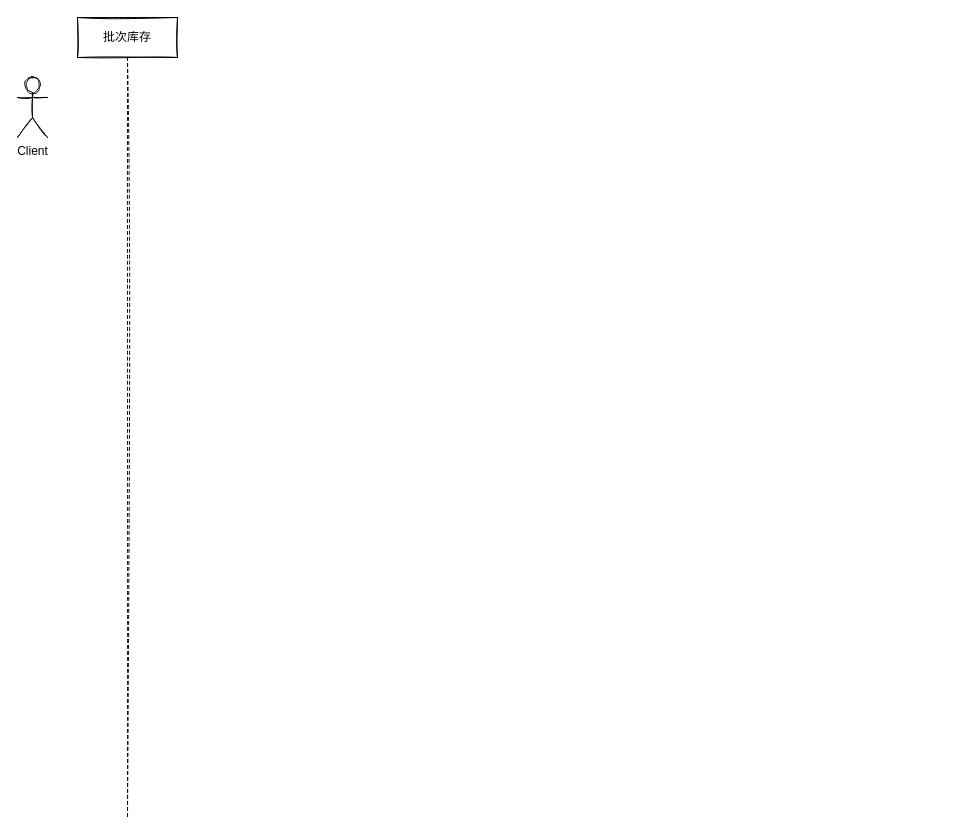
Before: page "库存减少" (2 of 4) of 库内.drawio in Pyr0man1ac/draw.io, a draw.io diagram. Source tidied: cells renumbered, new cells numbered last; positions are measured from the earlier drawing's top-left corner, leaving out a move shared by most shapes. Both pictures are drawn from the tidied source at 100%, with x=0, y=0 at pixel (17, 17).
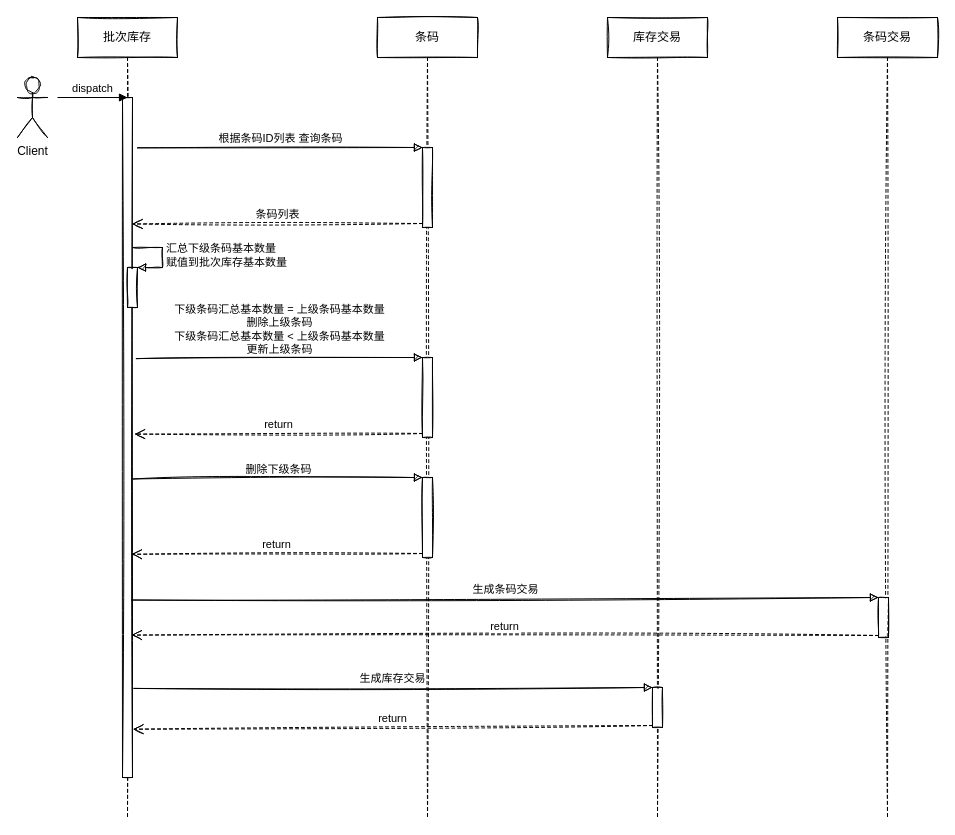
After the change.

The change refers to these unchanged cells:
```xml
<mxCell id="3" value="批次库存" style="shape=umlLifeline;perimeter=lifelinePerimeter;whiteSpace=wrap;html=1;outlineConnect=0;sketch=1;" parent="1" vertex="1">
  <mxGeometry x="60" width="100" height="800" as="geometry" />
</mxCell>
```

What changed in the source:
```diff
@@
+    <mxCell id="4" style="html=1;points=[];perimeter=orthogonalPerimeter;sketch=1;" parent="3" vertex="1">
+      <mxGeometry x="45" y="80" width="10" height="680" as="geometry" />
+    </mxCell>
+    <mxCell id="5" style="html=1;points=[];perimeter=orthogonalPerimeter;sketch=1;" parent="3" vertex="1">
+      <mxGeometry x="50" y="250" width="10" height="40" as="geometry" />
+    </mxCell>
+    <mxCell id="6" value="汇总下级条码基本数量&lt;br&gt;赋值到批次库存基本数量" style="edgeStyle=orthogonalEdgeStyle;html=1;align=left;spacingLeft=2;endArrow=block;rounded=0;entryX=1;entryY=0;sketch=1;" parent="3" edge="1" target="5">
+      <mxGeometry relative="1" as="geometry">
+        <mxPoint x="55" y="230" as="sourcePoint" />
+        <Array as="points">
+          <mxPoint x="85" y="230" />
+        </Array>
+      </mxGeometry>
+    </mxCell>
+    <mxCell id="7" value="条码" style="shape=umlLifeline;perimeter=lifelinePerimeter;whiteSpace=wrap;html=1;sketch=1;" parent="1" vertex="1">
+      <mxGeometry x="360" width="100" height="800" as="geometry" />
+    </mxCell>
+    <mxCell id="8" style="html=1;points=[];perimeter=orthogonalPerimeter;sketch=1;" parent="7" vertex="1">
+      <mxGeometry x="45" y="130" width="10" height="80" as="geometry" />
+    </mxCell>
+    <mxCell id="9" style="html=1;points=[];perimeter=orthogonalPerimeter;sketch=1;" parent="7" vertex="1">
+      <mxGeometry x="45" y="460" width="10" height="80" as="geometry" />
+    </mxCell>
+    <mxCell id="10" value="dispatch" style="html=1;verticalAlign=bottom;endArrow=block;" parent="1" edge="1">
+      <mxGeometry relative="1" as="geometry">
+        <mxPoint x="40" y="80" as="sourcePoint" />
+        <mxPoint x="110" y="80" as="targetPoint" />
+      </mxGeometry>
+    </mxCell>
+    <mxCell id="11" value="根据条码ID列表 查询条码" style="html=1;verticalAlign=bottom;endArrow=block;entryX=0;entryY=0;sketch=1;exitX=1.5;exitY=0.074;exitDx=0;exitDy=0;exitPerimeter=0;" parent="1" edge="1" source="4" target="8">
+      <mxGeometry relative="1" as="geometry" />
+    </mxCell>
+    <mxCell id="12" style="html=1;points=[];perimeter=orthogonalPerimeter;sketch=1;" parent="1" vertex="1">
+      <mxGeometry x="405" y="340" width="10" height="80" as="geometry" />
+    </mxCell>
+    <mxCell id="13" value="return" style="html=1;verticalAlign=bottom;endArrow=open;dashed=1;endSize=8;exitX=0;exitY=0.95;sketch=1;entryX=1.22;entryY=0.495;entryDx=0;entryDy=0;entryPerimeter=0;" parent="1" edge="1" source="12" target="4">
+      <mxGeometry relative="1" as="geometry" />
+    </mxCell>
+    <mxCell id="14" value="下级条码汇总基本数量 = 上级条码基本数量&lt;br&gt;删除上级条码&lt;br&gt;下级条码汇总基本数量 &amp;lt; 上级条码基本数量&lt;br&gt;更新上级条码" style="html=1;verticalAlign=bottom;endArrow=block;entryX=0;entryY=0;sketch=1;exitX=1.38;exitY=0.384;exitDx=0;exitDy=0;exitPerimeter=0;" parent="1" edge="1" source="4" target="12">
+      <mxGeometry relative="1" as="geometry" />
+    </mxCell>
+    <mxCell id="15" value="条码列表" style="html=1;verticalAlign=bottom;endArrow=open;dashed=1;endSize=8;exitX=0;exitY=0.95;sketch=1;entryX=0.98;entryY=0.186;entryDx=0;entryDy=0;entryPerimeter=0;" parent="1" edge="1" source="8" target="4">
+      <mxGeometry relative="1" as="geometry" />
+    </mxCell>
+    <mxCell id="16" value="库存交易" style="shape=umlLifeline;perimeter=lifelinePerimeter;whiteSpace=wrap;html=1;sketch=1;" parent="1" vertex="1">
+      <mxGeometry x="590" width="100" height="800" as="geometry" />
+    </mxCell>
+    <mxCell id="17" value="条码交易" style="shape=umlLifeline;perimeter=lifelinePerimeter;whiteSpace=wrap;html=1;sketch=1;" parent="1" vertex="1">
+      <mxGeometry x="820" width="100" height="800" as="geometry" />
+    </mxCell>
+    <mxCell id="18" value="删除下级条码" style="html=1;verticalAlign=bottom;endArrow=block;entryX=0;entryY=0;sketch=1;exitX=1.06;exitY=0.561;exitDx=0;exitDy=0;exitPerimeter=0;" parent="1" edge="1" source="4" target="9">
+      <mxGeometry relative="1" as="geometry" />
+    </mxCell>
+    <mxCell id="19" value="return" style="html=1;verticalAlign=bottom;endArrow=open;dashed=1;endSize=8;exitX=0;exitY=0.95;sketch=1;entryX=0.54;entryY=0.671;entryDx=0;entryDy=0;entryPerimeter=0;" parent="1" edge="1" source="9" target="3">
+      <mxGeometry relative="1" as="geometry" />
+    </mxCell>
+    <mxCell id="20" style="html=1;points=[];perimeter=orthogonalPerimeter;sketch=1;" parent="1" vertex="1">
+      <mxGeometry x="861" y="580" width="10" height="40" as="geometry" />
+    </mxCell>
+    <mxCell id="21" value="生成条码交易" style="html=1;verticalAlign=bottom;endArrow=block;entryX=0;entryY=0;sketch=1;exitX=0.9;exitY=0.739;exitDx=0;exitDy=0;exitPerimeter=0;" parent="1" edge="1" source="4" target="20">
+      <mxGeometry relative="1" as="geometry" />
+    </mxCell>
+    <mxCell id="22" value="return" style="html=1;verticalAlign=bottom;endArrow=open;dashed=1;endSize=8;exitX=0;exitY=0.95;sketch=1;entryX=0.54;entryY=0.772;entryDx=0;entryDy=0;entryPerimeter=0;" parent="1" edge="1" source="20" target="3">
+      <mxGeometry relative="1" as="geometry" />
+    </mxCell>
+    <mxCell id="23" style="html=1;points=[];perimeter=orthogonalPerimeter;sketch=1;" parent="1" vertex="1">
+      <mxGeometry x="635" y="670" width="10" height="40" as="geometry" />
+    </mxCell>
+    <mxCell id="24" value="生成库存交易" style="html=1;verticalAlign=bottom;endArrow=block;entryX=0;entryY=0;sketch=1;exitX=1.14;exitY=0.869;exitDx=0;exitDy=0;exitPerimeter=0;" parent="1" edge="1" source="4" target="23">
+      <mxGeometry relative="1" as="geometry" />
+    </mxCell>
+    <mxCell id="25" value="return" style="html=1;verticalAlign=bottom;endArrow=open;dashed=1;endSize=8;exitX=0;exitY=0.95;sketch=1;entryX=1.06;entryY=0.929;entryDx=0;entryDy=0;entryPerimeter=0;" parent="1" edge="1" source="23" target="4">
+      <mxGeometry relative="1" as="geometry" />
+    </mxCell>
```
